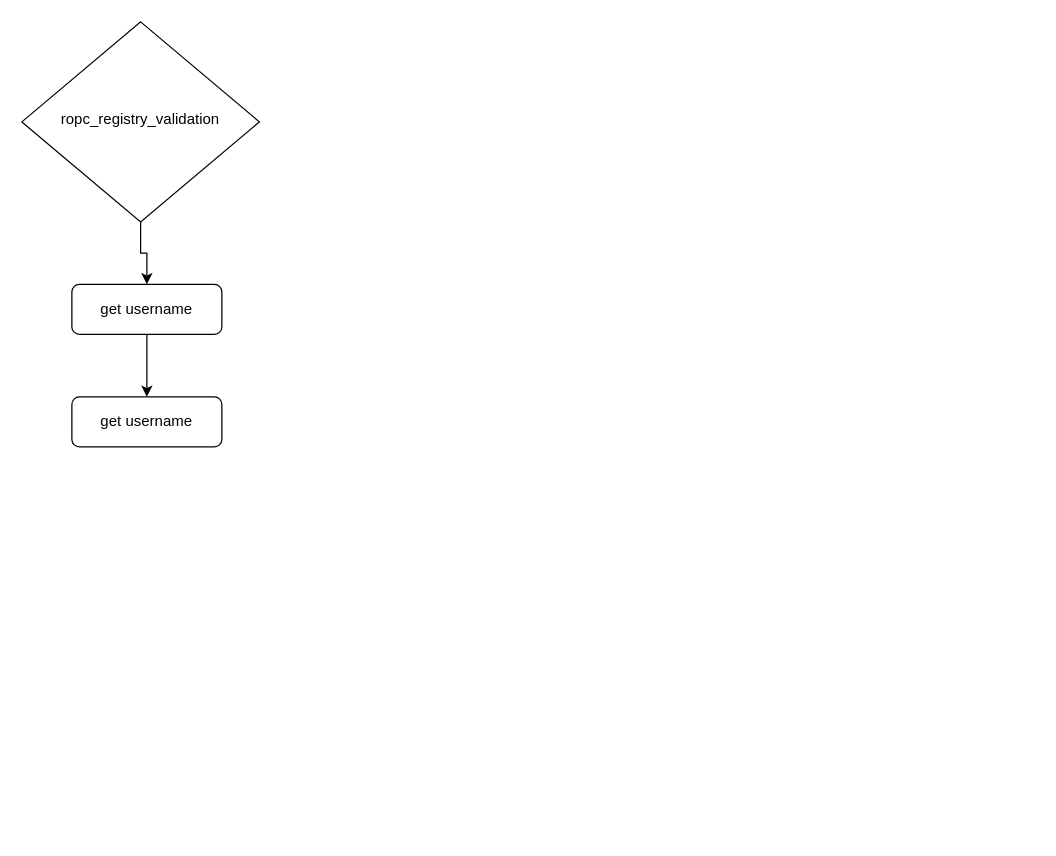
Before: diagrams/Untitled Diagram.drawio in jskbabu/sree-general, a draw.io diagram. Source tidied: cells renumbered, new cells numbered last; positions are measured from the earlier drawing's top-left corner, leaving out a move shared by most shapes. Both pictures are drawn from the tidied source at 125%, with x=0, y=0 at pixel (21, 21).
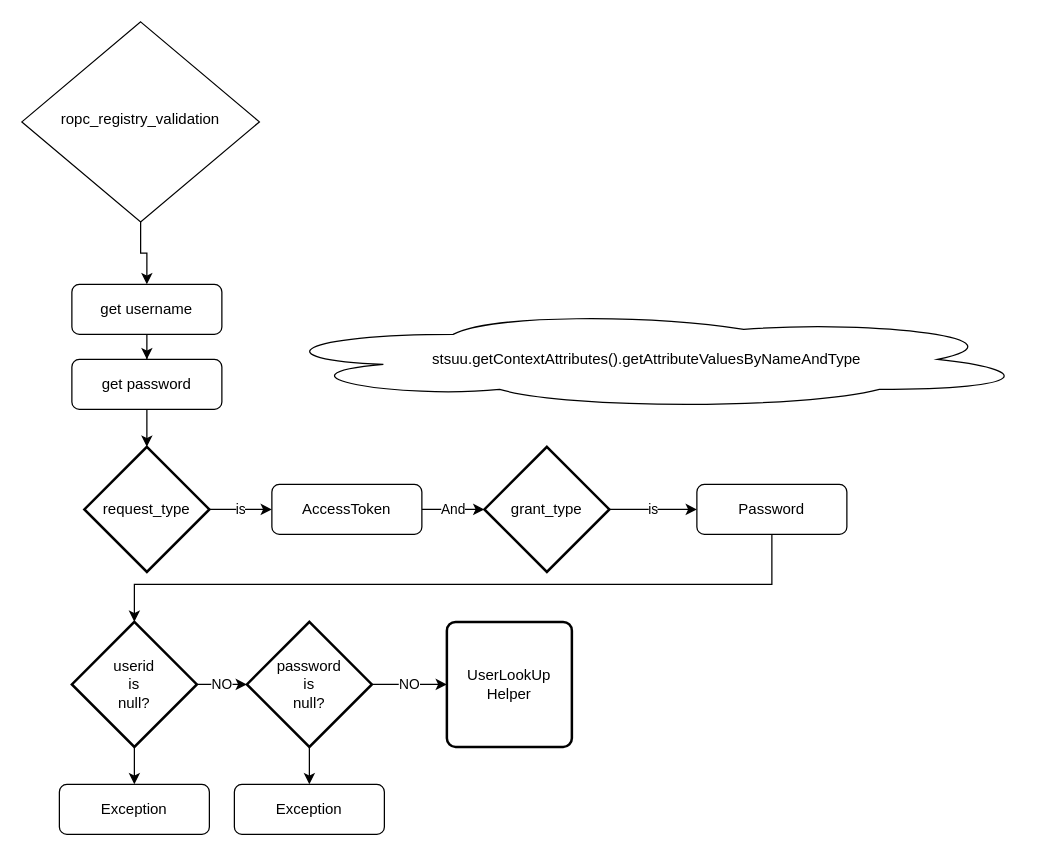
The same page after the edit.

Diff of the diagram source:
```diff
@@
+    <mxCell id="8" style="edgeStyle=orthogonalEdgeStyle;rounded=0;jettySize=auto;html=1;" parent="1" edge="1" source="7" target="11">
+      <mxGeometry relative="1" as="geometry" />
+    </mxCell>
-    <mxCell id="7" value="get username" style="rounded=1;whiteSpace=wrap;html=1;fontSize=12;glass=0;strokeWidth=1;shadow=0;" parent="1" vertex="1">
-      <mxGeometry x="40" y="300" width="120" height="40" as="geometry" />
+    <mxCell id="7" value="get password" style="rounded=1;whiteSpace=wrap;html=1;fontSize=12;glass=0;strokeWidth=1;shadow=0;" parent="1" vertex="1">
+      <mxGeometry x="40" y="270" width="120" height="40" as="geometry" />
     </mxCell>
+    <mxCell id="9" value="stsuu.getContextAttributes().getAttributeValuesByNameAndType" style="ellipse;shape=cloud;whiteSpace=wrap;html=1;" parent="1" vertex="1">
+      <mxGeometry x="190" y="230" width="620" height="80" as="geometry" />
+    </mxCell>
+    <mxCell id="10" value="is" style="edgeStyle=orthogonalEdgeStyle;rounded=0;jettySize=auto;html=1;entryX=0;entryY=0.5;entryDx=0;entryDy=0;" parent="1" edge="1" source="11" target="13">
+      <mxGeometry relative="1" as="geometry" />
+    </mxCell>
+    <mxCell id="11" value="request_type" style="strokeWidth=2;html=1;shape=mxgraph.flowchart.decision;whiteSpace=wrap;" parent="1" vertex="1">
+      <mxGeometry x="50" y="340" width="100" height="100" as="geometry" />
+    </mxCell>
+    <mxCell id="12" value="And" style="edgeStyle=orthogonalEdgeStyle;rounded=0;jettySize=auto;html=1;" parent="1" edge="1" source="13" target="15">
+      <mxGeometry relative="1" as="geometry" />
+    </mxCell>
+    <mxCell id="13" value="AccessToken" style="rounded=1;whiteSpace=wrap;html=1;fontSize=12;glass=0;strokeWidth=1;shadow=0;" parent="1" vertex="1">
+      <mxGeometry x="200" y="370" width="120" height="40" as="geometry" />
+    </mxCell>
+    <mxCell id="14" value="is" style="edgeStyle=orthogonalEdgeStyle;rounded=0;jettySize=auto;html=1;" parent="1" edge="1" source="15" target="17">
+      <mxGeometry relative="1" as="geometry" />
+    </mxCell>
+    <mxCell id="15" value="grant_type" style="strokeWidth=2;html=1;shape=mxgraph.flowchart.decision;whiteSpace=wrap;" parent="1" vertex="1">
+      <mxGeometry x="370" y="340" width="100" height="100" as="geometry" />
+    </mxCell>
+    <mxCell id="16" style="edgeStyle=orthogonalEdgeStyle;rounded=0;jettySize=auto;html=1;" parent="1" edge="1" source="17" target="20">
+      <mxGeometry relative="1" as="geometry">
+        <Array as="points">
+          <mxPoint x="600" y="450" />
+          <mxPoint x="90" y="450" />
+        </Array>
+      </mxGeometry>
+    </mxCell>
+    <mxCell id="17" value="Password" style="rounded=1;whiteSpace=wrap;html=1;fontSize=12;glass=0;strokeWidth=1;shadow=0;" parent="1" vertex="1">
+      <mxGeometry x="540" y="370" width="120" height="40" as="geometry" />
+    </mxCell>
+    <mxCell id="18" value="NO" style="edgeStyle=orthogonalEdgeStyle;rounded=0;jettySize=auto;html=1;" parent="1" edge="1" source="20" target="23">
+      <mxGeometry relative="1" as="geometry" />
+    </mxCell>
+    <mxCell id="19" style="edgeStyle=orthogonalEdgeStyle;rounded=0;jettySize=auto;html=1;" parent="1" edge="1" source="20" target="24">
+      <mxGeometry relative="1" as="geometry" />
+    </mxCell>
+    <mxCell id="20" value="userid &lt;br&gt;is &lt;br&gt;null?" style="strokeWidth=2;html=1;shape=mxgraph.flowchart.decision;whiteSpace=wrap;" parent="1" vertex="1">
+      <mxGeometry x="40" y="480" width="100" height="100" as="geometry" />
+    </mxCell>
+    <mxCell id="21" style="edgeStyle=orthogonalEdgeStyle;rounded=0;jettySize=auto;html=1;" parent="1" edge="1" source="23" target="25">
+      <mxGeometry relative="1" as="geometry" />
+    </mxCell>
+    <mxCell id="22" value="NO" style="edgeStyle=orthogonalEdgeStyle;rounded=0;jettySize=auto;html=1;" parent="1" edge="1" source="23" target="26">
+      <mxGeometry relative="1" as="geometry" />
+    </mxCell>
+    <mxCell id="23" value="password &lt;br&gt;is &lt;br&gt;null?" style="strokeWidth=2;html=1;shape=mxgraph.flowchart.decision;whiteSpace=wrap;" parent="1" vertex="1">
+      <mxGeometry x="180" y="480" width="100" height="100" as="geometry" />
+    </mxCell>
+    <mxCell id="24" value="Exception" style="rounded=1;whiteSpace=wrap;html=1;fontSize=12;glass=0;strokeWidth=1;shadow=0;" parent="1" vertex="1">
+      <mxGeometry x="30" y="610" width="120" height="40" as="geometry" />
+    </mxCell>
+    <mxCell id="25" value="Exception" style="rounded=1;whiteSpace=wrap;html=1;fontSize=12;glass=0;strokeWidth=1;shadow=0;" parent="1" vertex="1">
+      <mxGeometry x="170" y="610" width="120" height="40" as="geometry" />
+    </mxCell>
+    <mxCell id="26" value="UserLookUp&lt;br&gt;Helper" style="rounded=1;whiteSpace=wrap;html=1;absoluteArcSize=1;arcSize=14;strokeWidth=2;" parent="1" vertex="1">
+      <mxGeometry x="340" y="480" width="100" height="100" as="geometry" />
+    </mxCell>
```
